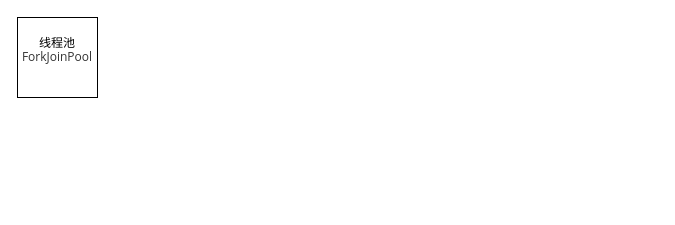
This is work/ReactiveStream.drawio from dzghahaha/mind-resp, a draw.io file, before an edit. Source tidied: cells renumbered, new cells numbered last; positions are measured from the earlier drawing's top-left corner, leaving out a move shared by most shapes. Both pictures are drawn from the tidied source at 100%, with x=0, y=0 at pixel (17, 17).
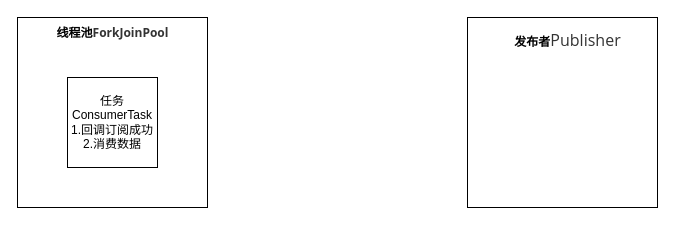
Above is the later version.

Change to the diagram source:
```diff
@@
 <mxGraphModel>
   <root>
     <mxCell id="0" />
     <mxCell id="1" parent="0" />
-    <mxCell id="2" value="线程池&lt;span style=&quot;color: rgb(51, 51, 51); font-family: &amp;quot;Open Sans&amp;quot;, &amp;quot;Clear Sans&amp;quot;, &amp;quot;Helvetica Neue&amp;quot;, Helvetica, Arial, &amp;quot;Segoe UI Emoji&amp;quot;, sans-serif; orphans: 4; text-align: start; white-space-collapse: preserve; background-color: initial;&quot;&gt;ForkJoinPool&lt;/span&gt;&lt;div&gt;&lt;br&gt;&lt;/div&gt;" style="whiteSpace=wrap;html=1;" parent="1" vertex="1">
-      <mxGeometry width="80" height="80" as="geometry" />
+    <mxCell id="2" value="&lt;div&gt;&lt;br&gt;&lt;/div&gt;" style="whiteSpace=wrap;html=1;align=center;" parent="1" vertex="1">
+      <mxGeometry width="190" height="190" as="geometry" />
     </mxCell>
+    <mxCell id="3" value="任务&lt;div&gt;ConsumerTask&lt;br&gt;1.回调订阅成功&lt;br&gt;2.消费数据&lt;/div&gt;" style="whiteSpace=wrap;html=1;" parent="1" vertex="1">
+      <mxGeometry x="50" y="60" width="90" height="90" as="geometry" />
+    </mxCell>
+    <mxCell id="4" value="线程池&lt;span style=&quot;border-color: var(--border-color); color: rgb(51, 51, 51); font-family: &amp;quot;Open Sans&amp;quot;, &amp;quot;Clear Sans&amp;quot;, &amp;quot;Helvetica Neue&amp;quot;, Helvetica, Arial, &amp;quot;Segoe UI Emoji&amp;quot;, sans-serif; orphans: 4; white-space-collapse: preserve; background-color: initial;&quot;&gt;ForkJoinPool&lt;/span&gt;&lt;div style=&quot;border-color: var(--border-color);&quot;&gt;&lt;br style=&quot;border-color: var(--border-color); font-weight: 400; text-wrap: wrap;&quot;&gt;&lt;/div&gt;" style="text;align=center;fontStyle=1;verticalAlign=middle;spacingLeft=3;spacingRight=3;strokeColor=none;html=1;" parent="1" vertex="1">
+      <mxGeometry x="55" y="10" width="80" height="26" as="geometry" />
+    </mxCell>
+    <mxCell id="5" value="&lt;div&gt;&lt;br&gt;&lt;/div&gt;" style="whiteSpace=wrap;html=1;align=center;" parent="1" vertex="1">
+      <mxGeometry x="450" width="190" height="190" as="geometry" />
+    </mxCell>
+    <mxCell id="6" value="&lt;div style=&quot;orphans: 4; text-align: start;&quot;&gt;&lt;span style=&quot;background-color: initial;&quot;&gt;发布者&lt;/span&gt;&lt;span style=&quot;background-color: rgb(255, 255, 255); color: rgb(51, 51, 51); font-family: &amp;quot;Open Sans&amp;quot;, &amp;quot;Clear Sans&amp;quot;, &amp;quot;Helvetica Neue&amp;quot;, Helvetica, Arial, &amp;quot;Segoe UI Emoji&amp;quot;, sans-serif; font-size: 16px; font-weight: 400; white-space: pre-wrap;&quot;&gt;Publisher&lt;/span&gt;&lt;/div&gt;" style="text;align=center;fontStyle=1;verticalAlign=middle;spacingLeft=3;spacingRight=3;strokeColor=none;html=1;" parent="1" vertex="1">
+      <mxGeometry x="510" y="10" width="80" height="26" as="geometry" />
+    </mxCell>
   </root>
 </mxGraphModel>
```
